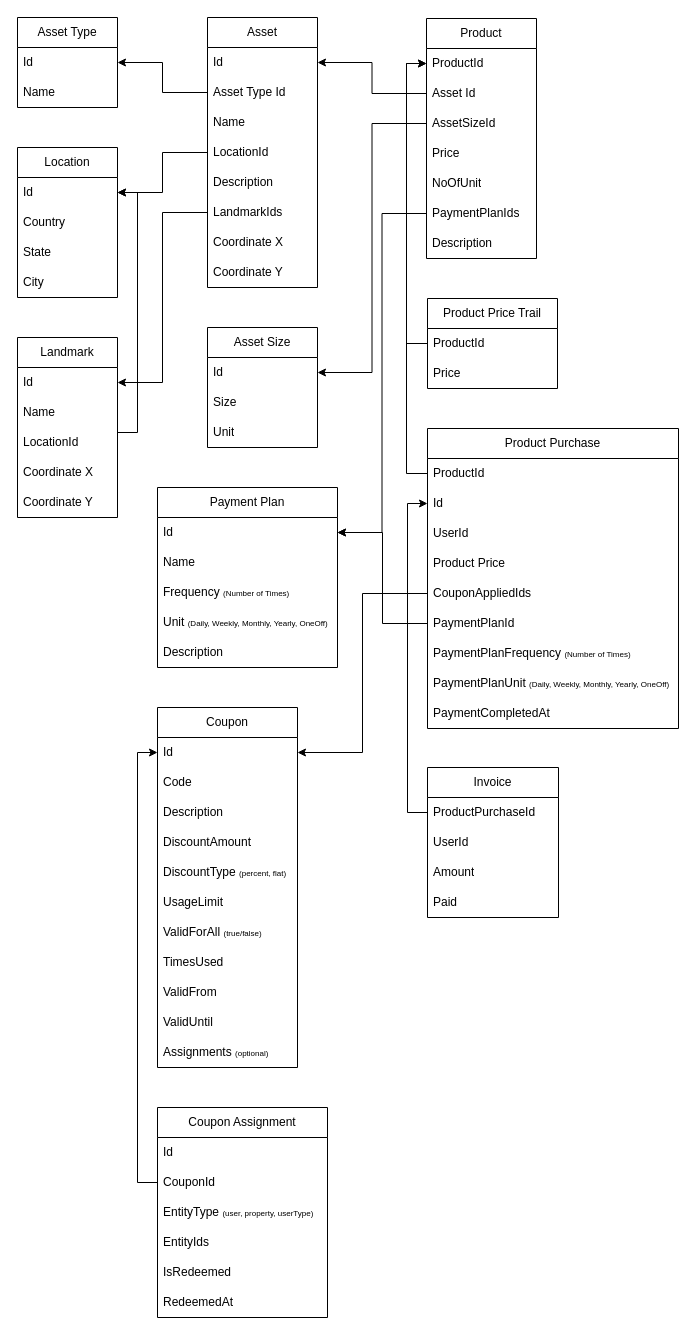
Before: sellperty.drawio in isaac-code/diagrams, a draw.io diagram. Source tidied: cells renumbered, new cells numbered last; positions are measured from the earlier drawing's top-left corner, leaving out a move shared by most shapes. Both pictures are drawn from the tidied source at 100%, with x=0, y=0 at pixel (17, 17).
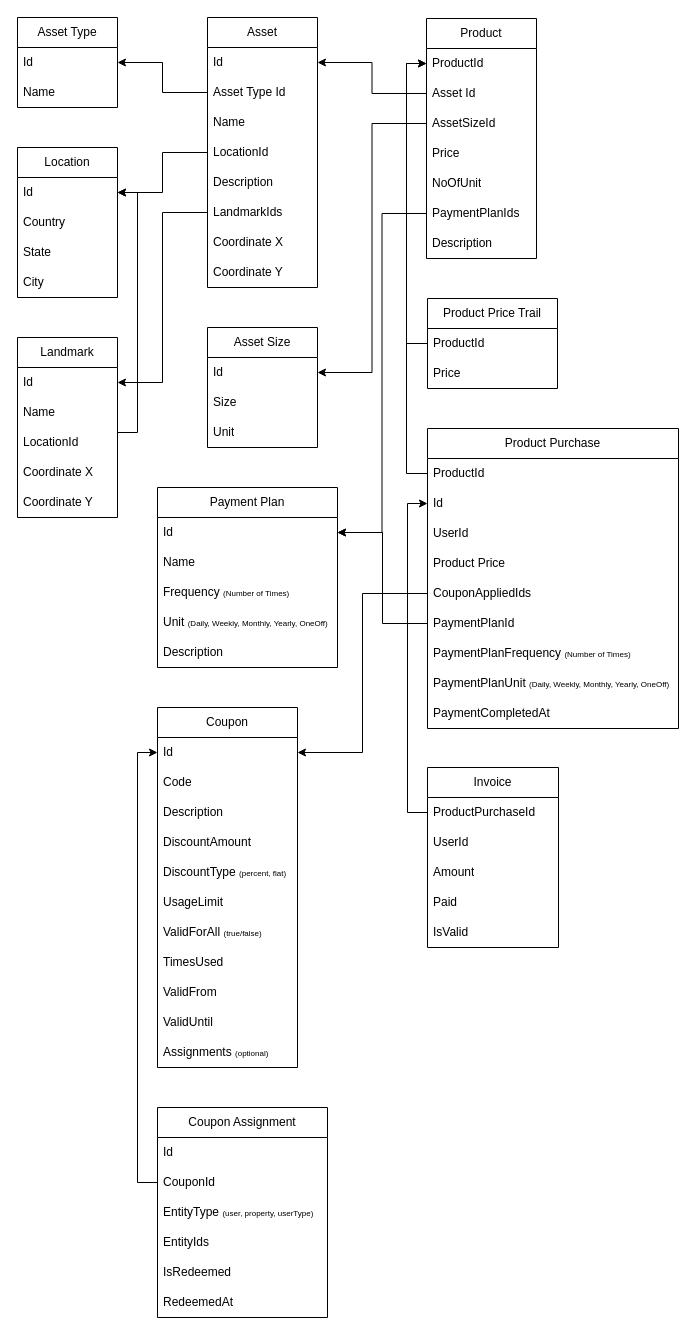
The same diagram, later.

What changed in the source:
```diff
@@
     <mxCell id="62" value="Invoice" style="swimlane;fontStyle=0;horizontal=1;startSize=30;whiteSpace=wrap;html=1;" parent="1" vertex="1">
-      <mxGeometry x="410" y="750" width="131" height="150" as="geometry" />
+      <mxGeometry x="410" y="750" width="131" height="180" as="geometry" />
     </mxCell>
@@
+    <mxCell id="93" value="IsValid" style="text;strokeColor=none;fillColor=none;align=left;verticalAlign=middle;spacingLeft=4;spacingRight=4;overflow=hidden;whiteSpace=wrap;html=1;" parent="62" vertex="1">
+      <mxGeometry y="150" width="131" height="30" as="geometry" />
+    </mxCell>
```
